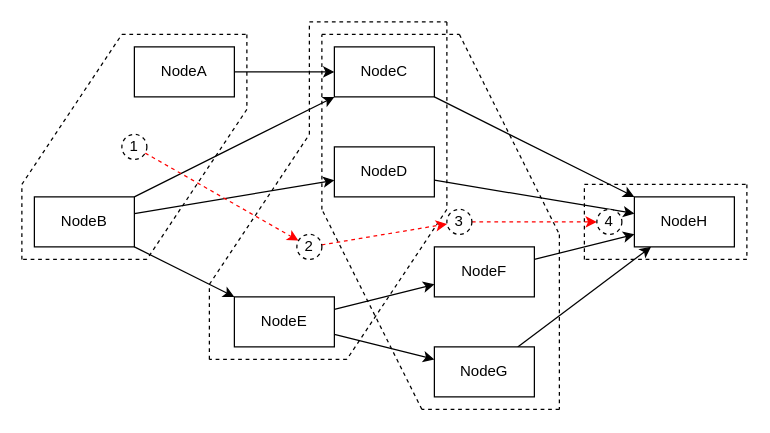
Earlier version of the draw.io diagram page "chain-async" (8 of 8) of docs/source/coframework.drawio (feng1st/coframework). Source tidied: cells renumbered, new cells numbered last; positions are measured from the earlier drawing's top-left corner, leaving out a move shared by most shapes. Both pictures are drawn from the tidied source at 125%, with x=0, y=0 at pixel (21, 21).
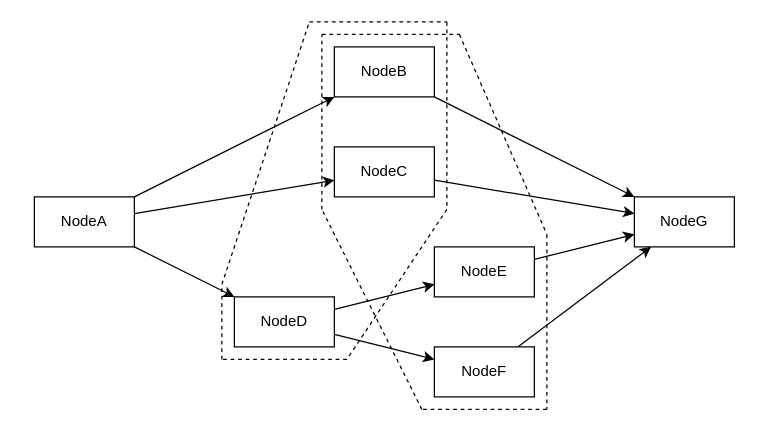
The same diagram, later.

Diff of the diagram source:
```diff
@@
-    <mxCell id="2" style="edgeStyle=none;jettySize=auto;html=1;rounded=0;" parent="1" edge="1" source="35" target="37">
-      <mxGeometry relative="1" as="geometry" />
-    </mxCell>
@@
-    <mxCell id="11" style="endArrow=none;dashed=1;html=1;rounded=0;endFill=0;" parent="1" edge="1">
-      <mxGeometry relative="1" as="geometry">
-        <mxPoint y="130" as="sourcePoint" />
-        <mxPoint x="80" y="10" as="targetPoint" />
-      </mxGeometry>
-    </mxCell>
-    <mxCell id="12" style="endArrow=none;dashed=1;html=1;rounded=0;endFill=0;" parent="1" edge="1">
-      <mxGeometry relative="1" as="geometry">
-        <mxPoint y="190" as="sourcePoint" />
-        <mxPoint y="130" as="targetPoint" />
-      </mxGeometry>
-    </mxCell>
-    <mxCell id="13" style="endArrow=none;dashed=1;html=1;rounded=0;endFill=0;" parent="1" edge="1">
-      <mxGeometry relative="1" as="geometry">
-        <mxPoint x="100" y="190" as="sourcePoint" />
-        <mxPoint y="190" as="targetPoint" />
-      </mxGeometry>
-    </mxCell>
-    <mxCell id="14" style="endArrow=none;dashed=1;html=1;rounded=0;endFill=0;" parent="1" edge="1">
-      <mxGeometry relative="1" as="geometry">
-        <mxPoint x="180" y="70" as="sourcePoint" />
-        <mxPoint x="100" y="190" as="targetPoint" />
-      </mxGeometry>
-    </mxCell>
-    <mxCell id="15" style="endArrow=none;dashed=1;html=1;rounded=0;endFill=0;" parent="1" edge="1">
-      <mxGeometry relative="1" as="geometry">
-        <mxPoint x="180" y="10" as="sourcePoint" />
-        <mxPoint x="180" y="70" as="targetPoint" />
-      </mxGeometry>
-    </mxCell>
-    <mxCell id="16" style="endArrow=none;dashed=1;html=1;rounded=0;endFill=0;" parent="1" edge="1">
-      <mxGeometry relative="1" as="geometry">
-        <mxPoint x="80" y="10" as="sourcePoint" />
-        <mxPoint x="180" y="10" as="targetPoint" />
-      </mxGeometry>
-    </mxCell>
-    <mxCell id="17" style="endArrow=none;dashed=1;html=1;rounded=0;endFill=0;" parent="1" edge="1">
-      <mxGeometry relative="1" as="geometry">
-        <mxPoint x="230" y="90" as="sourcePoint" />
-        <mxPoint x="230" as="targetPoint" />
-      </mxGeometry>
-    </mxCell>
     <mxCell id="18" style="endArrow=none;dashed=1;html=1;rounded=0;endFill=0;" parent="1" edge="1">
       <mxGeometry relative="1" as="geometry">
-        <mxPoint x="150" y="270" as="sourcePoint" />
-        <mxPoint x="150" y="210" as="targetPoint" />
+        <mxPoint x="160" y="270" as="sourcePoint" />
+        <mxPoint x="160" y="210" as="targetPoint" />
       </mxGeometry>
     </mxCell>
     <mxCell id="19" style="endArrow=none;dashed=1;html=1;rounded=0;endFill=0;" parent="1" edge="1">
       <mxGeometry relative="1" as="geometry">
         <mxPoint x="260" y="270" as="sourcePoint" />
-        <mxPoint x="150" y="270" as="targetPoint" />
+        <mxPoint x="160" y="270" as="targetPoint" />
       </mxGeometry>
     </mxCell>
@@
     <mxCell id="25" style="endArrow=none;dashed=1;html=1;rounded=0;endFill=0;" parent="1" edge="1">
       <mxGeometry relative="1" as="geometry">
-        <mxPoint x="150" y="210" as="sourcePoint" />
-        <mxPoint x="230" y="90" as="targetPoint" />
+        <mxPoint x="160" y="210" as="sourcePoint" />
+        <mxPoint x="230" as="targetPoint" />
       </mxGeometry>
     </mxCell>
     <mxCell id="26" style="endArrow=none;dashed=1;html=1;rounded=0;endFill=0;" parent="1" edge="1">
       <mxGeometry relative="1" as="geometry">
-        <mxPoint x="430" y="310" as="sourcePoint" />
+        <mxPoint x="420" y="310" as="sourcePoint" />
         <mxPoint x="320" y="310" as="targetPoint" />
       </mxGeometry>
     </mxCell>
     <mxCell id="27" style="endArrow=none;dashed=1;html=1;rounded=0;endFill=0;" parent="1" edge="1">
       <mxGeometry relative="1" as="geometry">
-        <mxPoint x="430" y="170" as="sourcePoint" />
-        <mxPoint x="430" y="310" as="targetPoint" />
+        <mxPoint x="420" y="170" as="sourcePoint" />
+        <mxPoint x="420" y="310" as="targetPoint" />
       </mxGeometry>
     </mxCell>
@@
     <mxCell id="29" style="endArrow=none;dashed=1;html=1;rounded=0;endFill=0;" parent="1" edge="1">
       <mxGeometry relative="1" as="geometry">
         <mxPoint x="350" y="10" as="sourcePoint" />
-        <mxPoint x="430" y="170" as="targetPoint" />
+        <mxPoint x="420" y="170" as="targetPoint" />
       </mxGeometry>
     </mxCell>
@@
-    <mxCell id="31" style="endArrow=none;dashed=1;html=1;rounded=0;endFill=0;" parent="1" edge="1">
-      <mxGeometry relative="1" as="geometry">
-        <mxPoint x="450" y="130" as="sourcePoint" />
-        <mxPoint x="580" y="130" as="targetPoint" />
-      </mxGeometry>
-    </mxCell>
-    <mxCell id="32" style="endArrow=none;dashed=1;html=1;rounded=0;endFill=0;" parent="1" edge="1">
-      <mxGeometry relative="1" as="geometry">
-        <mxPoint x="450" y="190" as="sourcePoint" />
-        <mxPoint x="450" y="130" as="targetPoint" />
-      </mxGeometry>
-    </mxCell>
-    <mxCell id="33" style="endArrow=none;dashed=1;html=1;rounded=0;endFill=0;" parent="1" edge="1">
-      <mxGeometry relative="1" as="geometry">
-        <mxPoint x="580" y="190" as="sourcePoint" />
-        <mxPoint x="450" y="190" as="targetPoint" />
-      </mxGeometry>
-    </mxCell>
-    <mxCell id="34" style="endArrow=none;dashed=1;html=1;rounded=0;endFill=0;" parent="1" edge="1">
-      <mxGeometry relative="1" as="geometry">
-        <mxPoint x="580" y="130" as="sourcePoint" />
-        <mxPoint x="580" y="190" as="targetPoint" />
-      </mxGeometry>
-    </mxCell>
-    <mxCell id="35" value="NodeA" style="rounded=0;whiteSpace=wrap;html=1;" parent="1" vertex="1">
-      <mxGeometry x="90" y="20" width="80" height="40" as="geometry" />
-    </mxCell>
-    <mxCell id="36" value="NodeB" style="rounded=0;whiteSpace=wrap;html=1;" parent="1" vertex="1">
+    <mxCell id="36" value="NodeA" style="rounded=0;whiteSpace=wrap;html=1;" parent="1" vertex="1">
       <mxGeometry x="10" y="140" width="80" height="40" as="geometry" />
     </mxCell>
-    <mxCell id="37" value="NodeC" style="rounded=0;whiteSpace=wrap;html=1;" parent="1" vertex="1">
+    <mxCell id="37" value="NodeB" style="rounded=0;whiteSpace=wrap;html=1;" parent="1" vertex="1">
       <mxGeometry x="250" y="20" width="80" height="40" as="geometry" />
     </mxCell>
-    <mxCell id="38" value="NodeD" style="rounded=0;whiteSpace=wrap;html=1;" parent="1" vertex="1">
+    <mxCell id="38" value="NodeC" style="rounded=0;whiteSpace=wrap;html=1;" parent="1" vertex="1">
       <mxGeometry x="250" y="100" width="80" height="40" as="geometry" />
     </mxCell>
-    <mxCell id="39" value="NodeE" style="rounded=0;whiteSpace=wrap;html=1;" parent="1" vertex="1">
+    <mxCell id="39" value="NodeD" style="rounded=0;whiteSpace=wrap;html=1;" parent="1" vertex="1">
       <mxGeometry x="170" y="220" width="80" height="40" as="geometry" />
     </mxCell>
-    <mxCell id="40" value="NodeF" style="rounded=0;whiteSpace=wrap;html=1;" parent="1" vertex="1">
+    <mxCell id="40" value="NodeE" style="rounded=0;whiteSpace=wrap;html=1;" parent="1" vertex="1">
       <mxGeometry x="330" y="180" width="80" height="40" as="geometry" />
     </mxCell>
-    <mxCell id="41" value="NodeG" style="rounded=0;whiteSpace=wrap;html=1;" parent="1" vertex="1">
+    <mxCell id="41" value="NodeF" style="rounded=0;whiteSpace=wrap;html=1;" parent="1" vertex="1">
       <mxGeometry x="330" y="260" width="80" height="40" as="geometry" />
     </mxCell>
-    <mxCell id="42" value="NodeH" style="rounded=0;whiteSpace=wrap;html=1;" parent="1" vertex="1">
+    <mxCell id="42" value="NodeG" style="rounded=0;whiteSpace=wrap;html=1;" parent="1" vertex="1">
       <mxGeometry x="490" y="140" width="80" height="40" as="geometry" />
     </mxCell>
-    <mxCell id="43" style="edgeStyle=none;jettySize=auto;html=1;rounded=0;dashed=1;strokeColor=#FF0000;" parent="1" edge="1" source="46" target="47">
-      <mxGeometry relative="1" as="geometry" />
-    </mxCell>
-    <mxCell id="44" style="edgeStyle=none;jettySize=auto;html=1;rounded=0;dashed=1;strokeColor=#FF0000;" parent="1" edge="1" source="47" target="48">
-      <mxGeometry relative="1" as="geometry" />
-    </mxCell>
-    <mxCell id="45" style="edgeStyle=none;jettySize=auto;html=1;rounded=0;dashed=1;strokeColor=#FF0000;" parent="1" edge="1" source="48" target="49">
-      <mxGeometry relative="1" as="geometry" />
-    </mxCell>
-    <mxCell id="46" value="1" style="ellipse;whiteSpace=wrap;html=1;dashed=1;" parent="1" vertex="1">
-      <mxGeometry x="80" y="90" width="20" height="20" as="geometry" />
-    </mxCell>
-    <mxCell id="47" value="2" style="ellipse;whiteSpace=wrap;html=1;dashed=1;" parent="1" vertex="1">
-      <mxGeometry x="220" y="170" width="20" height="20" as="geometry" />
-    </mxCell>
-    <mxCell id="48" value="3" style="ellipse;whiteSpace=wrap;html=1;dashed=1;" parent="1" vertex="1">
-      <mxGeometry x="340" y="150" width="20" height="20" as="geometry" />
-    </mxCell>
-    <mxCell id="49" value="4" style="ellipse;whiteSpace=wrap;html=1;dashed=1;" parent="1" vertex="1">
-      <mxGeometry x="460" y="150" width="20" height="20" as="geometry" />
-    </mxCell>
```
